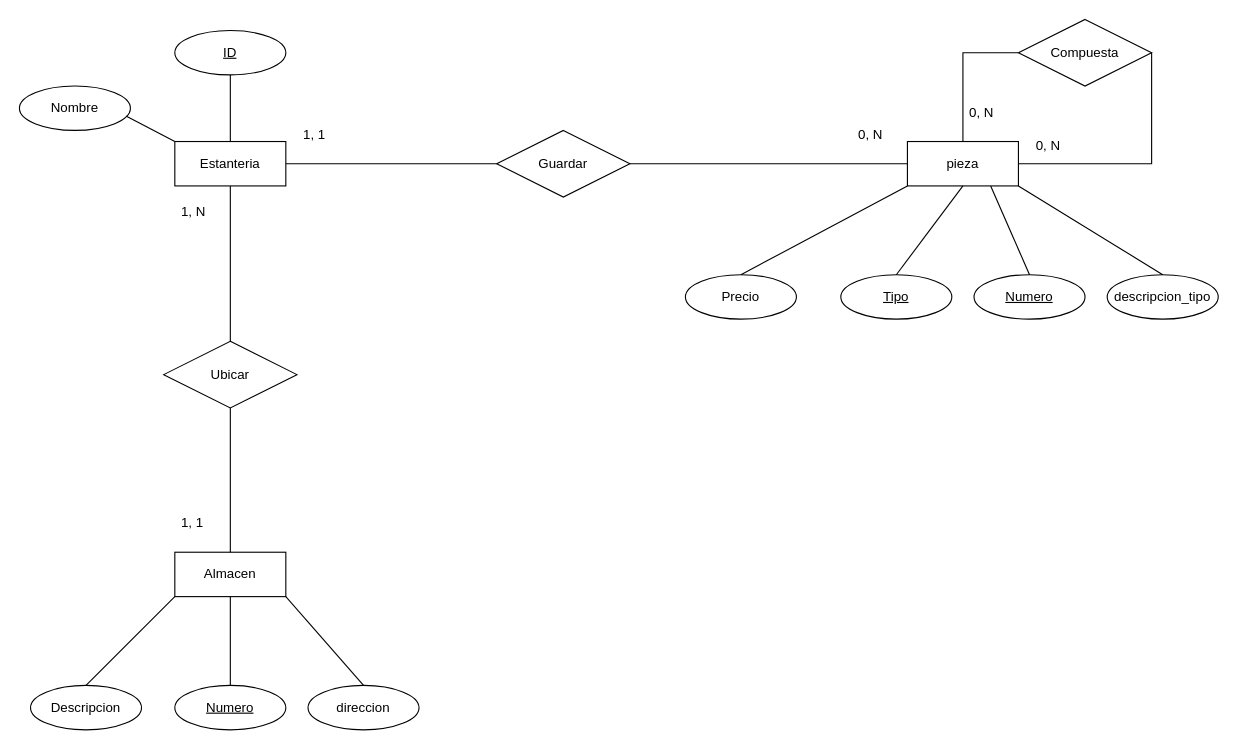
This is Actividad_05_C3_UD12.drawio from jordimall/jmg-tsys-ta12diagramasER-drawio-111023, a draw.io file, before an edit. Source tidied: cells renumbered, new cells numbered last; positions are measured from the earlier drawing's top-left corner, leaving out a move shared by most shapes. Both pictures are drawn from the tidied source at 111%, with x=0, y=0 at pixel (19, 19).
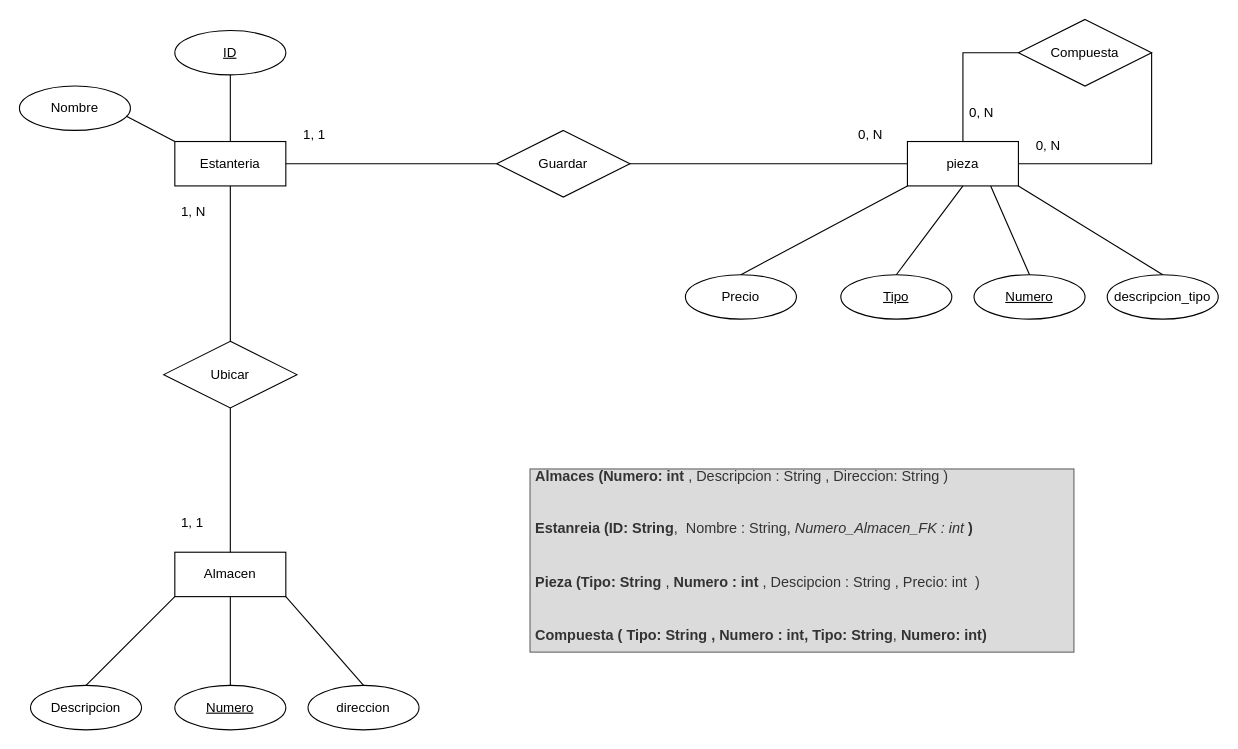
Above is the later version.

Commit message:
Se añade modelo relacional.drawio

What changed in the source:
```diff
@@
+    <mxCell id="38" value="&lt;h1 style=&quot;font-size: 13px;&quot;&gt;&lt;span style=&quot;background-color: initial;&quot;&gt;Almaces (Numero: int&lt;/span&gt;&lt;span style=&quot;background-color: initial; font-weight: normal;&quot;&gt; , Descripcion : String , Direccion: String )&lt;/span&gt;&lt;br&gt;&lt;/h1&gt;&lt;div&gt;&lt;span style=&quot;background-color: initial; font-weight: normal;&quot;&gt;&lt;br&gt;&lt;/span&gt;&lt;/div&gt;&lt;div&gt;&lt;h1 style=&quot;border-color: var(--border-color); font-size: 13px;&quot;&gt;&lt;font style=&quot;border-color: var(--border-color);&quot;&gt;Estanreia (ID: String&lt;/font&gt;&lt;font style=&quot;border-color: var(--border-color); font-weight: normal;&quot;&gt;,&amp;nbsp; Nombre : String,&amp;nbsp;&lt;/font&gt;&lt;i style=&quot;font-weight: normal;&quot;&gt;Numero_Almacen_FK : int &lt;/i&gt;)&lt;/h1&gt;&lt;/div&gt;&lt;h1 style=&quot;font-size: 13px;&quot;&gt;&lt;font style=&quot;font-size: 13px;&quot;&gt;&lt;br&gt;&lt;/font&gt;&lt;/h1&gt;&lt;h1 style=&quot;font-size: 13px;&quot;&gt;&lt;font style=&quot;font-size: 13px;&quot;&gt;Pieza (Tipo: String&lt;/font&gt;&lt;font style=&quot;font-weight: normal; font-size: 13px;&quot;&gt; , &lt;/font&gt;&lt;font style=&quot;font-size: 13px;&quot;&gt;Numero : int&lt;/font&gt;&lt;font style=&quot;font-weight: normal; font-size: 13px;&quot;&gt; , Descipcion : String , Precio: int &amp;nbsp;)&lt;/font&gt;&lt;/h1&gt;&lt;h1 style=&quot;font-size: 13px;&quot;&gt;&lt;span style=&quot;font-weight: normal;&quot;&gt;&lt;font style=&quot;font-size: 13px;&quot;&gt;&lt;br&gt;&lt;/font&gt;&lt;/span&gt;&lt;/h1&gt;&lt;h1 style=&quot;font-size: 13px;&quot;&gt;&lt;font style=&quot;font-size: 13px;&quot;&gt;Compuesta (&amp;nbsp;&lt;/font&gt;&lt;font style=&quot;background-color: initial; border-color: var(--border-color);&quot;&gt;Tipo: String&lt;/font&gt;&lt;font style=&quot;background-color: initial; border-color: var(--border-color);&quot;&gt;&amp;nbsp;,&amp;nbsp;&lt;/font&gt;&lt;font style=&quot;background-color: initial; border-color: var(--border-color);&quot;&gt;Numero : int,&lt;/font&gt;&lt;font style=&quot;background-color: initial; font-weight: normal; border-color: var(--border-color);&quot;&gt;&amp;nbsp;&lt;/font&gt;&lt;font style=&quot;background-color: initial; border-color: var(--border-color);&quot;&gt;Tipo: String&lt;/font&gt;&lt;font style=&quot;background-color: initial; font-weight: normal; border-color: var(--border-color);&quot;&gt;,&amp;nbsp;&lt;/font&gt;&lt;font style=&quot;background-color: initial; border-color: var(--border-color);&quot;&gt;Numero: int&lt;/font&gt;&lt;span style=&quot;background-color: initial;&quot;&gt;)&amp;nbsp;&lt;/span&gt;&lt;/h1&gt;" style="text;html=1;strokeColor=#666666;fillColor=#dbdbdb;spacing=5;spacingTop=-20;whiteSpace=wrap;overflow=hidden;rounded=0;fontColor=#333333;" parent="1" vertex="1">
+      <mxGeometry x="460" y="405" width="490" height="165" as="geometry" />
+    </mxCell>
```
